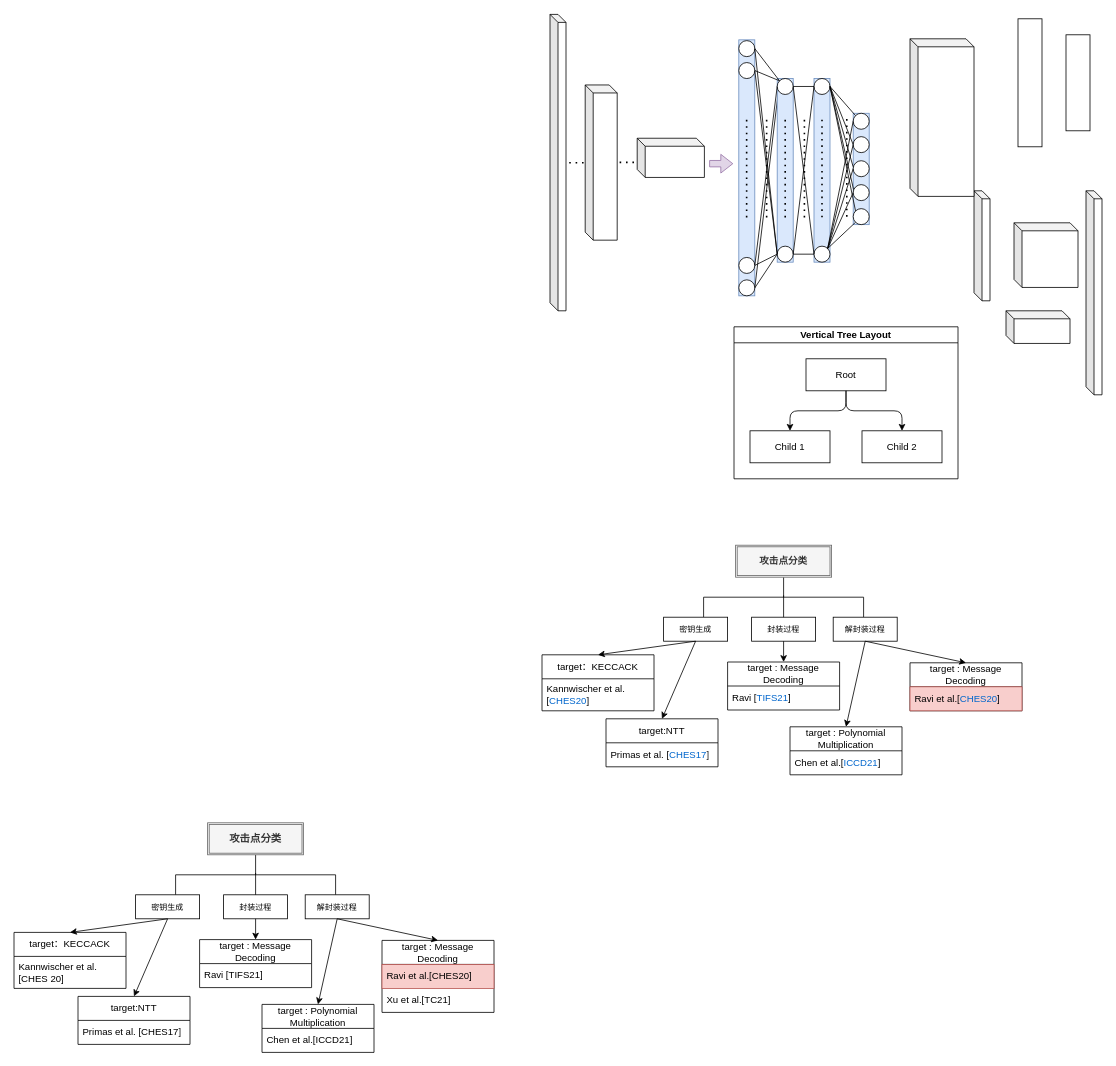
Above: page "第 1 页" (1 of 3) of 未命名绘图.drawio in bazingaaaa-ss/easymcm (draw.io), before the change. Source tidied: cells renumbered, new cells numbered last; positions are measured from the earlier drawing's top-left corner, leaving out a move shared by most shapes. Both pictures are drawn from the tidied source at 80%, with x=0, y=0 at pixel (14, 14).
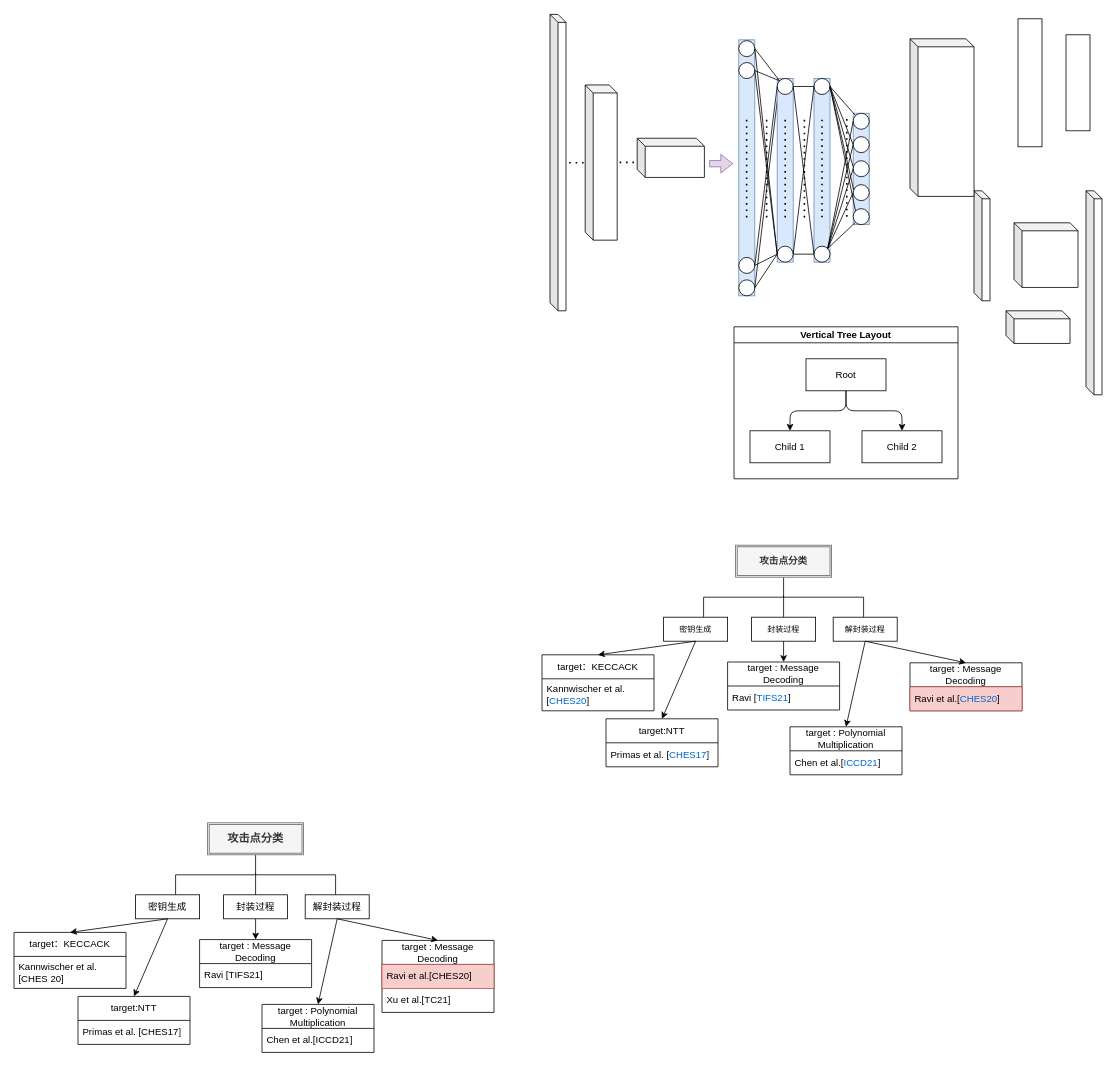
The same page after the edit.

Commit message:
更新未命名绘图.drawio

Change to the diagram source:
```diff
@@
-    <mxCell id="68" value="&lt;font style=&quot;font-size: 10px;&quot;&gt;密钥生成&lt;/font&gt;" style="rounded=0;whiteSpace=wrap;html=1;fontSize=10;" parent="1" vertex="1">
+    <mxCell id="68" value="&lt;font style=&quot;font-size: 12px;&quot;&gt;密钥生成&lt;/font&gt;" style="rounded=0;whiteSpace=wrap;html=1;fontSize=12;" parent="1" vertex="1">
       <mxGeometry x="152" y="1100" width="80" height="30" as="geometry" />
     </mxCell>
-    <mxCell id="69" value="攻击点分类" style="shape=ext;double=1;rounded=0;whiteSpace=wrap;html=1;fillColor=#f5f5f5;fontColor=#333333;strokeColor=#666666;fontStyle=1;fontSize=13;" parent="1" vertex="1">
+    <mxCell id="69" value="攻击点分类" style="shape=ext;double=1;rounded=0;whiteSpace=wrap;html=1;fillColor=#f5f5f5;fontColor=#333333;strokeColor=#666666;fontStyle=1;fontSize=14;" parent="1" vertex="1">
       <mxGeometry x="242" y="1010" width="120" height="40" as="geometry" />
     </mxCell>
-    <mxCell id="70" value="封装过程" style="rounded=0;whiteSpace=wrap;html=1;fontSize=10;" parent="1" vertex="1">
+    <mxCell id="70" value="封装过程" style="rounded=0;whiteSpace=wrap;html=1;fontSize=12;" parent="1" vertex="1">
       <mxGeometry x="262" y="1100" width="80" height="30" as="geometry" />
     </mxCell>
-    <mxCell id="71" value="解封装过程" style="rounded=0;whiteSpace=wrap;html=1;fontSize=10;" parent="1" vertex="1">
+    <mxCell id="71" value="解封装过程" style="rounded=0;whiteSpace=wrap;html=1;fontSize=12;" parent="1" vertex="1">
       <mxGeometry x="364" y="1100" width="80" height="30" as="geometry" />
     </mxCell>
```
